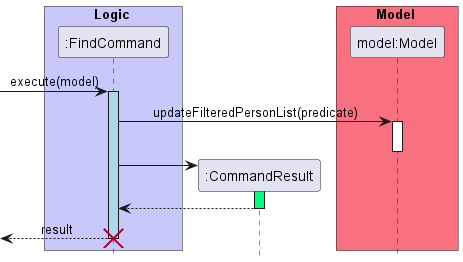
Before: docs/images/sequence_diagrams/FindSequenceDiagram.png, a diagram exported from PlantUML (nus-cs2103-AY2223S2/tp). The source it was exported from:
```plantuml
@startuml  FindSequenceDiagram

box Logic #C8C8FA
participant ":FindCommand" as FindCommand  order 1
end box

box Model #F97181
participant "model:Model" as Model order 3
end box
participant ":CommandResult" as CommandResult order 2

[-> FindCommand : execute(model)
activate FindCommand #LightBlue
FindCommand -> Model : updateFilteredPersonList(predicate)
activate Model
deactivate Model
create CommandResult
FindCommand -> CommandResult

activate CommandResult #SpringGreen
CommandResult --> FindCommand
deactivate CommandResult
[<--FindCommand : result
deactivate FindCommand
destroy FindCommand
hide footbox
skinparam MinClassWidth 50
skinparam ParticipantPadding 10
skinparam Shadowing false
skinparam DefaultTextAlignment center
skinparam packageStyle Rectangle

@enduml
```
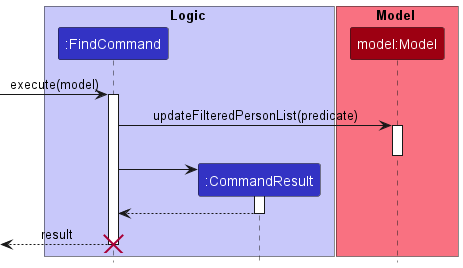
Later version of the same file.

The edit, as a diff of the source:
```diff
@@ -1,23 +1,24 @@
 @startuml  FindSequenceDiagram
+!include ../../style.puml
 
-box Logic #C8C8FA
-participant ":FindCommand" as FindCommand  order 1
+box Logic LOGIC_COLOR_T1
+participant ":FindCommand" as FindCommand LOGIC_COLOR
+participant ":CommandResult" as CommandResult LOGIC_COLOR
 end box
 
-box Model #F97181
-participant "model:Model" as Model order 3
+box Model MODEL_COLOR_T1
+participant "model:Model" as Model order 3 MODEL_COLOR
 end box
-participant ":CommandResult" as CommandResult order 2
 
 [-> FindCommand : execute(model)
-activate FindCommand #LightBlue
+activate FindCommand
 FindCommand -> Model : updateFilteredPersonList(predicate)
 activate Model
 deactivate Model
 create CommandResult
 FindCommand -> CommandResult
 
-activate CommandResult #SpringGreen
+activate CommandResult
 CommandResult --> FindCommand
 deactivate CommandResult
 [<--FindCommand : result
```
